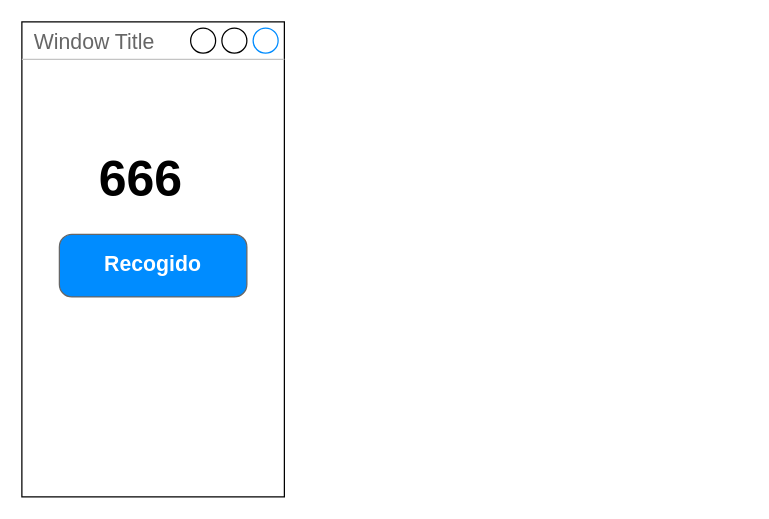
Earlier version of the draw.io diagram Requisitos/Prototipo.drawio (IconoTC/Plan-de-Formaci-n-QA-Testing-Portbou). Source tidied: cells renumbered, new cells numbered last; positions are measured from the earlier drawing's top-left corner, leaving out a move shared by most shapes. Both pictures are drawn from the tidied source at 125%, with x=0, y=0 at pixel (21, 21).
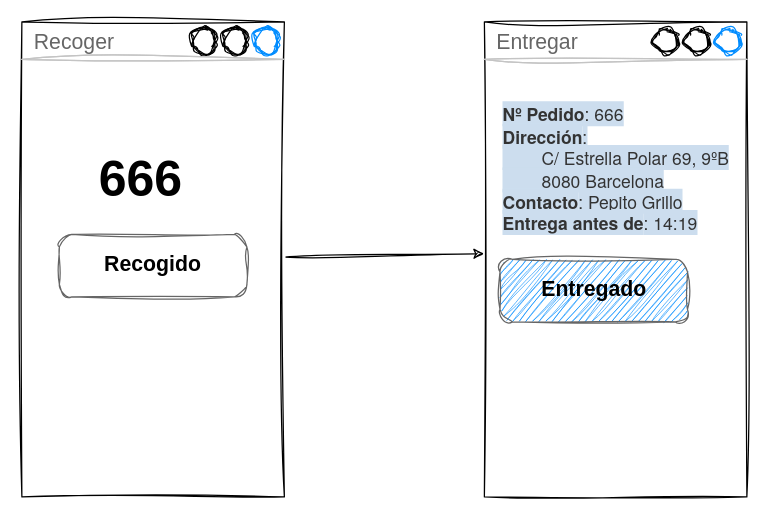
Above is the later version.

What changed in the source:
```diff
@@
 <mxGraphModel>
   <root>
     <mxCell id="0" />
     <mxCell id="1" parent="0" />
+    <mxCell id="5" style="edgeStyle=none;html=1;entryX=-0.001;entryY=0.488;entryDx=0;entryDy=0;entryPerimeter=0;sketch=1;curveFitting=1;jiggle=2;" parent="1" edge="1" source="2" target="6">
+      <mxGeometry relative="1" as="geometry" />
+    </mxCell>
-    <mxCell id="2" value="Window Title" style="strokeWidth=1;shadow=0;dashed=0;align=center;html=1;shape=mxgraph.mockup.containers.window;align=left;verticalAlign=top;spacingLeft=8;strokeColor2=#008cff;strokeColor3=#c4c4c4;fontColor=#666666;mainText=;fontSize=17;labelBackgroundColor=none;" parent="1" vertex="1">
+    <mxCell id="2" value="Recoger" style="strokeWidth=1;shadow=0;dashed=0;align=center;html=1;shape=mxgraph.mockup.containers.window;align=left;verticalAlign=top;spacingLeft=8;strokeColor2=#008cff;strokeColor3=#c4c4c4;fontColor=#666666;mainText=;fontSize=17;labelBackgroundColor=none;sketch=1;curveFitting=1;jiggle=2;" parent="1" vertex="1">
       <mxGeometry width="210" height="380" as="geometry" />
     </mxCell>
-    <mxCell id="3" value="Recogido" style="strokeWidth=1;shadow=0;dashed=0;align=center;html=1;shape=mxgraph.mockup.buttons.button;strokeColor=#666666;fontColor=#ffffff;mainText=;buttonStyle=round;fontSize=17;fontStyle=1;fillColor=#008cff;whiteSpace=wrap;" parent="1" vertex="1">
+    <mxCell id="3" value="Recogido" style="strokeWidth=1;shadow=0;dashed=0;align=center;html=1;shape=mxgraph.mockup.buttons.button;strokeColor=#666666;fontColor=#000000;mainText=;buttonStyle=round;fontSize=17;fontStyle=1;fillColor=none;whiteSpace=wrap;sketch=1;curveFitting=1;jiggle=2;" parent="1" vertex="1">
       <mxGeometry x="30" y="170" width="150" height="50" as="geometry" />
     </mxCell>
-    <mxCell id="4" value="666" style="text;spacingTop=-5;whiteSpace=wrap;html=1;align=left;fontSize=40;fontFamily=Helvetica;fillColor=none;strokeColor=none;fontStyle=1;" parent="1" vertex="1">
+    <mxCell id="4" value="666" style="text;spacingTop=-5;whiteSpace=wrap;html=1;align=left;fontSize=40;fontFamily=Helvetica;fillColor=none;strokeColor=none;fontStyle=1;sketch=1;curveFitting=1;jiggle=2;" parent="1" vertex="1">
       <mxGeometry x="60" y="100" width="80" height="50" as="geometry" />
     </mxCell>
+    <mxCell id="6" value="Entregar" style="strokeWidth=1;shadow=0;dashed=0;align=center;html=1;shape=mxgraph.mockup.containers.window;align=left;verticalAlign=top;spacingLeft=8;strokeColor2=#008cff;strokeColor3=#c4c4c4;fontColor=#666666;mainText=;fontSize=17;labelBackgroundColor=none;sketch=1;curveFitting=1;jiggle=2;" parent="1" vertex="1">
+      <mxGeometry x="370" width="210" height="380" as="geometry" />
+    </mxCell>
+    <mxCell id="7" value="&lt;br&gt;&lt;span style=&quot;color: rgb(51, 51, 51); font-family: &amp;quot;Helvetica Neue&amp;quot;, Helvetica, Arial, sans-serif; font-size: 14px; font-style: normal; font-variant-ligatures: normal; font-variant-caps: normal; letter-spacing: normal; orphans: 2; text-align: left; text-indent: 0px; text-transform: none; widows: 2; word-spacing: 0px; -webkit-text-stroke-width: 0px; background-color: rgb(204, 221, 238); text-decoration-thickness: initial; text-decoration-style: initial; text-decoration-color: initial; float: none; display: inline !important;&quot;&gt;&lt;b&gt;Nº Pedido&lt;/b&gt;&lt;/span&gt;&lt;span style=&quot;color: rgb(51, 51, 51); font-family: &amp;quot;Helvetica Neue&amp;quot;, Helvetica, Arial, sans-serif; font-size: 14px; font-style: normal; font-variant-ligatures: normal; font-variant-caps: normal; font-weight: 400; letter-spacing: normal; orphans: 2; text-align: left; text-indent: 0px; text-transform: none; widows: 2; word-spacing: 0px; -webkit-text-stroke-width: 0px; background-color: rgb(204, 221, 238); text-decoration-thickness: initial; text-decoration-style: initial; text-decoration-color: initial; float: none; display: inline !important;&quot;&gt;: 666&lt;/span&gt;&lt;br style=&quot;box-sizing: border-box; color: rgb(51, 51, 51); font-family: &amp;quot;Helvetica Neue&amp;quot;, Helvetica, Arial, sans-serif; font-size: 14px; font-style: normal; font-variant-ligatures: normal; font-variant-caps: normal; font-weight: 400; letter-spacing: normal; orphans: 2; text-align: left; text-indent: 0px; text-transform: none; widows: 2; word-spacing: 0px; -webkit-text-stroke-width: 0px; background-color: rgb(204, 221, 238); text-decoration-thickness: initial; text-decoration-style: initial; text-decoration-color: initial;&quot;&gt;&lt;span style=&quot;color: rgb(51, 51, 51); font-family: &amp;quot;Helvetica Neue&amp;quot;, Helvetica, Arial, sans-serif; font-size: 14px; font-style: normal; font-variant-ligatures: normal; font-variant-caps: normal; letter-spacing: normal; orphans: 2; text-align: left; text-indent: 0px; text-transform: none; widows: 2; word-spacing: 0px; -webkit-text-stroke-width: 0px; background-color: rgb(204, 221, 238); text-decoration-thickness: initial; text-decoration-style: initial; text-decoration-color: initial; float: none; display: inline !important;&quot;&gt;&lt;b&gt;Dirección&lt;/b&gt;&lt;/span&gt;&lt;span style=&quot;color: rgb(51, 51, 51); font-family: &amp;quot;Helvetica Neue&amp;quot;, Helvetica, Arial, sans-serif; font-size: 14px; font-style: normal; font-variant-ligatures: normal; font-variant-caps: normal; font-weight: 400; letter-spacing: normal; orphans: 2; text-align: left; text-indent: 0px; text-transform: none; widows: 2; word-spacing: 0px; -webkit-text-stroke-width: 0px; background-color: rgb(204, 221, 238); text-decoration-thickness: initial; text-decoration-style: initial; text-decoration-color: initial; float: none; display: inline !important;&quot;&gt;: &lt;br&gt;&lt;span style=&quot;white-space: pre;&quot;&gt;&#9;&lt;/span&gt;C/ Estrella Polar 69, 9ºB &lt;br&gt;&lt;span style=&quot;white-space: pre;&quot;&gt;&#9;&lt;/span&gt;8080 Barcelona&lt;/span&gt;&lt;br style=&quot;box-sizing: border-box; color: rgb(51, 51, 51); font-family: &amp;quot;Helvetica Neue&amp;quot;, Helvetica, Arial, sans-serif; font-size: 14px; font-style: normal; font-variant-ligatures: normal; font-variant-caps: normal; font-weight: 400; letter-spacing: normal; orphans: 2; text-align: left; text-indent: 0px; text-transform: none; widows: 2; word-spacing: 0px; -webkit-text-stroke-width: 0px; background-color: rgb(204, 221, 238); text-decoration-thickness: initial; text-decoration-style: initial; text-decoration-color: initial;&quot;&gt;&lt;span style=&quot;color: rgb(51, 51, 51); font-family: &amp;quot;Helvetica Neue&amp;quot;, Helvetica, Arial, sans-serif; font-size: 14px; font-style: normal; font-variant-ligatures: normal; font-variant-caps: normal; letter-spacing: normal; orphans: 2; text-align: left; text-indent: 0px; text-transform: none; widows: 2; word-spacing: 0px; -webkit-text-stroke-width: 0px; background-color: rgb(204, 221, 238); text-decoration-thickness: initial; text-decoration-style: initial; text-decoration-color: initial; float: none; display: inline !important;&quot;&gt;&lt;b&gt;Contacto&lt;/b&gt;&lt;/span&gt;&lt;span style=&quot;color: rgb(51, 51, 51); font-family: &amp;quot;Helvetica Neue&amp;quot;, Helvetica, Arial, sans-serif; font-size: 14px; font-style: normal; font-variant-ligatures: normal; font-variant-caps: normal; font-weight: 400; letter-spacing: normal; orphans: 2; text-align: left; text-indent: 0px; text-transform: none; widows: 2; word-spacing: 0px; -webkit-text-stroke-width: 0px; background-color: rgb(204, 221, 238); text-decoration-thickness: initial; text-decoration-style: initial; text-decoration-color: initial; float: none; display: inline !important;&quot;&gt;: Pepito Grillo&lt;/span&gt;&lt;br style=&quot;box-sizing: border-box; color: rgb(51, 51, 51); font-family: &amp;quot;Helvetica Neue&amp;quot;, Helvetica, Arial, sans-serif; font-size: 14px; font-style: normal; font-variant-ligatures: normal; font-variant-caps: normal; font-weight: 400; letter-spacing: normal; orphans: 2; text-align: left; text-indent: 0px; text-transform: none; widows: 2; word-spacing: 0px; -webkit-text-stroke-width: 0px; background-color: rgb(204, 221, 238); text-decoration-thickness: initial; text-decoration-style: initial; text-decoration-color: initial;&quot;&gt;&lt;span style=&quot;color: rgb(51, 51, 51); font-family: &amp;quot;Helvetica Neue&amp;quot;, Helvetica, Arial, sans-serif; font-size: 14px; font-style: normal; font-variant-ligatures: normal; font-variant-caps: normal; letter-spacing: normal; orphans: 2; text-align: left; text-indent: 0px; text-transform: none; widows: 2; word-spacing: 0px; -webkit-text-stroke-width: 0px; background-color: rgb(204, 221, 238); text-decoration-thickness: initial; text-decoration-style: initial; text-decoration-color: initial; float: none; display: inline !important;&quot;&gt;&lt;b&gt;Entrega&amp;nbsp;antes de&lt;/b&gt;&lt;/span&gt;&lt;span style=&quot;color: rgb(51, 51, 51); font-family: &amp;quot;Helvetica Neue&amp;quot;, Helvetica, Arial, sans-serif; font-size: 14px; font-style: normal; font-variant-ligatures: normal; font-variant-caps: normal; font-weight: 400; letter-spacing: normal; orphans: 2; text-align: left; text-indent: 0px; text-transform: none; widows: 2; word-spacing: 0px; -webkit-text-stroke-width: 0px; background-color: rgb(204, 221, 238); text-decoration-thickness: initial; text-decoration-style: initial; text-decoration-color: initial; float: none; display: inline !important;&quot;&gt;: 14:19&lt;/span&gt;&lt;br&gt;" style="text;spacingTop=-5;whiteSpace=wrap;html=1;align=left;fontSize=12;fontFamily=Helvetica;fillColor=none;strokeColor=none;sketch=1;curveFitting=1;jiggle=2;" parent="1" vertex="1">
+      <mxGeometry x="382.5" y="50" width="185" height="120" as="geometry" />
+    </mxCell>
+    <mxCell id="8" value="Entregado" style="strokeWidth=1;shadow=0;dashed=0;align=center;html=1;shape=mxgraph.mockup.buttons.button;strokeColor=#666666;fontColor=#000000;mainText=;buttonStyle=round;fontSize=17;fontStyle=1;fillColor=#008cff;whiteSpace=wrap;sketch=1;curveFitting=1;jiggle=2;" parent="1" vertex="1">
+      <mxGeometry x="382.5" y="190" width="150" height="50" as="geometry" />
+    </mxCell>
   </root>
 </mxGraphModel>
```
